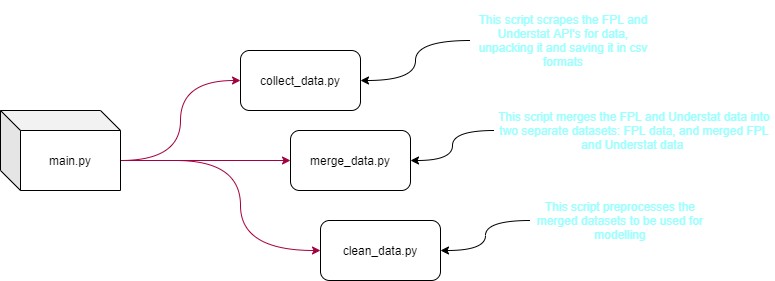
The draw.io diagram fig/flow_img.png in Fransie-dev/FPL-Ensembling, before a commit. Source tidied: cells renumbered, new cells last; positions are measured from the earlier drawing's top-left corner, leaving out a move shared by most shapes.
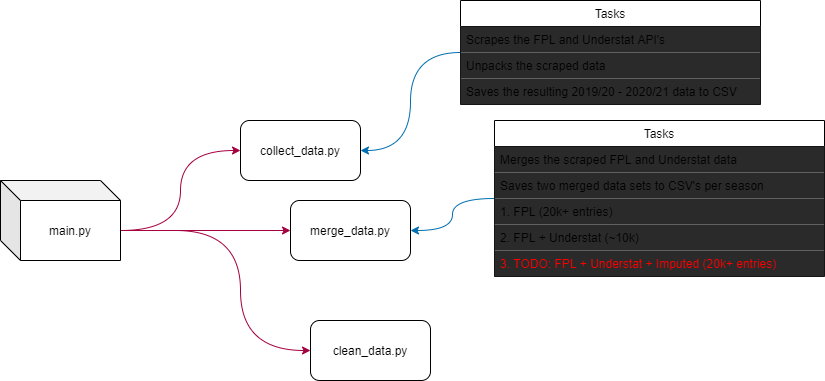
Above is the later version.

Commit message:
update flow_img

Change to the diagram source:
```diff
@@ -2,9 +2,6 @@
   <root>
     <mxCell id="0" />
     <mxCell id="1" parent="0" />
-    <mxCell id="2" style="edgeStyle=orthogonalEdgeStyle;curved=1;jettySize=auto;html=1;exitX=0;exitY=0.5;exitDx=0;exitDy=0;entryX=1;entryY=0.5;entryDx=0;entryDy=0;" parent="1" edge="1" source="11" target="3">
-      <mxGeometry relative="1" as="geometry" />
-    </mxCell>
     <mxCell id="3" value="collect_data.py" style="rounded=1;whiteSpace=wrap;html=1;" parent="1" vertex="1">
       <mxGeometry x="240" y="50" width="120" height="60" as="geometry" />
     </mxCell>
@@ -12,7 +9,7 @@
       <mxGeometry x="290" y="130" width="120" height="60" as="geometry" />
     </mxCell>
     <mxCell id="5" value="clean_data.py" style="rounded=1;whiteSpace=wrap;html=1;" parent="1" vertex="1">
-      <mxGeometry x="320" y="220" width="120" height="60" as="geometry" />
+      <mxGeometry x="310" y="250" width="120" height="60" as="geometry" />
     </mxCell>
     <mxCell id="6" style="edgeStyle=orthogonalEdgeStyle;curved=1;jettySize=auto;html=1;exitX=0;exitY=0;exitDx=120;exitDy=50;entryX=0;entryY=0.5;entryDx=0;entryDy=0;fillColor=#d80073;strokeColor=#A50040;exitPerimeter=0;" parent="1" edge="1" source="9" target="3">
       <mxGeometry relative="1" as="geometry" />
@@ -32,23 +29,41 @@
     <mxCell id="9" value="main.py" style="shape=cube;whiteSpace=wrap;html=1;boundedLbl=1;backgroundOutline=1;darkOpacity=0.05;darkOpacity2=0.1;" parent="1" vertex="1">
       <mxGeometry y="110" width="120" height="80" as="geometry" />
     </mxCell>
-    <mxCell id="10" style="edgeStyle=orthogonalEdgeStyle;curved=1;jettySize=auto;html=1;exitX=0;exitY=0.5;exitDx=0;exitDy=0;entryX=1;entryY=0.5;entryDx=0;entryDy=0;strokeColor=none;dashed=1;strokeWidth=3;" parent="1" edge="1" source="11" target="3">
-      <mxGeometry relative="1" as="geometry" />
-    </mxCell>
-    <mxCell id="11" value="&lt;font color=&quot;#99ffff&quot;&gt;This script scrapes the FPL and Understat API's for data, unpacking it and saving it in csv formats&lt;/font&gt;" style="text;html=1;strokeColor=none;fillColor=none;align=center;verticalAlign=middle;whiteSpace=wrap;rounded=0;" parent="1" vertex="1">
-      <mxGeometry x="470" width="186" height="80" as="geometry" />
-    </mxCell>
-    <mxCell id="12" style="edgeStyle=orthogonalEdgeStyle;curved=1;jettySize=auto;html=1;exitX=0;exitY=0.5;exitDx=0;exitDy=0;entryX=1;entryY=0.5;entryDx=0;entryDy=0;strokeWidth=1;" parent="1" edge="1" source="13" target="4">
-      <mxGeometry relative="1" as="geometry" />
-    </mxCell>
-    <mxCell id="13" value="&lt;font color=&quot;#99ffff&quot;&gt;This script merges the FPL and Understat data into two separate datasets: FPL data, and merged FPL and Understat data&amp;nbsp;&lt;/font&gt;" style="text;html=1;strokeColor=none;fillColor=none;align=center;verticalAlign=middle;whiteSpace=wrap;rounded=0;" parent="1" vertex="1">
-      <mxGeometry x="494" y="80" width="280" height="100" as="geometry" />
-    </mxCell>
-    <mxCell id="14" style="edgeStyle=orthogonalEdgeStyle;curved=1;jettySize=auto;html=1;exitX=0;exitY=0.5;exitDx=0;exitDy=0;entryX=1;entryY=0.5;entryDx=0;entryDy=0;strokeWidth=1;" parent="1" edge="1" source="15" target="5">
-      <mxGeometry relative="1" as="geometry" />
-    </mxCell>
-    <mxCell id="15" value="&lt;font color=&quot;#99ffff&quot;&gt;This script preprocesses the merged datasets to be used for modelling&lt;/font&gt;" style="text;html=1;strokeColor=none;fillColor=none;align=center;verticalAlign=middle;whiteSpace=wrap;rounded=0;" parent="1" vertex="1">
-      <mxGeometry x="530" y="190" width="180" height="60" as="geometry" />
-    </mxCell>
+    <mxCell id="16" style="edgeStyle=orthogonalEdgeStyle;jettySize=auto;html=1;exitX=0;exitY=0.5;exitDx=0;exitDy=0;entryX=1;entryY=0.5;entryDx=0;entryDy=0;curved=1;fillColor=#1ba1e2;strokeColor=#006EAF;" parent="1" edge="1" source="17" target="3">
+      <mxGeometry relative="1" as="geometry" />
+    </mxCell>
+    <mxCell id="17" value="Tasks" style="swimlane;fontStyle=0;horizontal=1;startSize=26;" parent="1" vertex="1">
+      <mxGeometry x="460" y="-70" width="300" height="104" as="geometry" />
+    </mxCell>
+    <mxCell id="18" value="Scrapes the FPL and Understat API's" style="text;strokeColor=none;align=left;verticalAlign=top;spacingLeft=4;spacingRight=4;overflow=hidden;fillColor=#2a2a2a;" parent="17" vertex="1">
+      <mxGeometry y="26" width="300" height="26" as="geometry" />
+    </mxCell>
+    <mxCell id="19" value="Unpacks the scraped data" style="text;strokeColor=none;align=left;verticalAlign=top;spacingLeft=4;spacingRight=4;overflow=hidden;fillColor=#2a2a2a;" parent="17" vertex="1">
+      <mxGeometry y="52" width="300" height="26" as="geometry" />
+    </mxCell>
+    <mxCell id="20" value="Saves the resulting 2019/20 - 2020/21 data to CSV " style="text;strokeColor=none;align=left;verticalAlign=top;spacingLeft=4;spacingRight=4;overflow=hidden;fillColor=#2a2a2a;" parent="17" vertex="1">
+      <mxGeometry y="78" width="300" height="26" as="geometry" />
+    </mxCell>
+    <mxCell id="21" style="edgeStyle=orthogonalEdgeStyle;curved=1;jettySize=auto;html=1;exitX=0;exitY=0.5;exitDx=0;exitDy=0;entryX=1;entryY=0.5;entryDx=0;entryDy=0;fontColor=#FF0000;fillColor=#1ba1e2;strokeColor=#006EAF;" parent="1" edge="1" source="22" target="4">
+      <mxGeometry relative="1" as="geometry" />
+    </mxCell>
+    <mxCell id="22" value="Tasks" style="swimlane;fontStyle=0;horizontal=1;startSize=26;" parent="1" vertex="1">
+      <mxGeometry x="494" y="50" width="330" height="156" as="geometry" />
+    </mxCell>
+    <mxCell id="23" value="Merges the scraped FPL and Understat data" style="text;strokeColor=none;align=left;verticalAlign=top;spacingLeft=4;spacingRight=4;overflow=hidden;fillColor=#2a2a2a;" parent="22" vertex="1">
+      <mxGeometry y="26" width="330" height="26" as="geometry" />
+    </mxCell>
+    <mxCell id="24" value="Saves two merged data sets to CSV's per season" style="text;strokeColor=none;align=left;verticalAlign=top;spacingLeft=4;spacingRight=4;overflow=hidden;fillColor=#2a2a2a;" parent="22" vertex="1">
+      <mxGeometry y="52" width="330" height="26" as="geometry" />
+    </mxCell>
+    <mxCell id="25" value="1. FPL (20k+ entries)" style="text;strokeColor=none;align=left;verticalAlign=top;spacingLeft=4;spacingRight=4;overflow=hidden;fillColor=#2a2a2a;" parent="22" vertex="1">
+      <mxGeometry y="78" width="330" height="26" as="geometry" />
+    </mxCell>
+    <mxCell id="26" value="2. FPL + Understat (~10k)" style="text;strokeColor=none;align=left;verticalAlign=top;spacingLeft=4;spacingRight=4;overflow=hidden;fillColor=#2a2a2a;" parent="22" vertex="1">
+      <mxGeometry y="104" width="330" height="26" as="geometry" />
+    </mxCell>
+    <mxCell id="27" value="3. TODO: FPL + Understat + Imputed (20k+ entries)" style="text;strokeColor=none;align=left;verticalAlign=top;spacingLeft=4;spacingRight=4;overflow=hidden;fillColor=#2a2a2a;fontColor=#FF0000;" parent="22" vertex="1">
+      <mxGeometry y="130" width="330" height="26" as="geometry" />
+    </mxCell>
   </root>
 </mxGraphModel>
```
